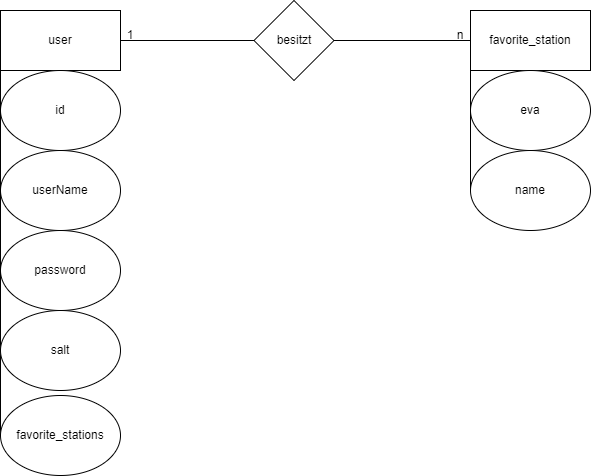
Above: db/erm.png in Dr-PPSN/bbs-php-projekt-dbapi (draw.io), before the change. Source tidied: cells renumbered, new cells last; positions are measured from the earlier drawing's top-left corner, leaving out a move shared by most shapes.
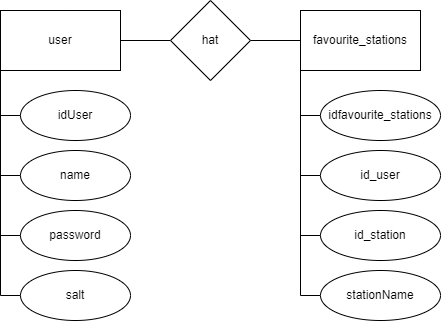
Later version of the same file.

Commit message:
~ ERM angepasst

Change to the diagram source:
```diff
@@ -2,53 +2,68 @@
   <root>
     <mxCell id="0" />
     <mxCell id="1" parent="0" />
+    <mxCell id="18" style="edgeStyle=orthogonalEdgeStyle;rounded=0;jettySize=auto;html=1;exitX=1;exitY=0.5;exitDx=0;exitDy=0;entryX=0;entryY=0.5;entryDx=0;entryDy=0;endArrow=none;endFill=0;" parent="1" edge="1" source="2" target="24">
+      <mxGeometry relative="1" as="geometry" />
+    </mxCell>
+    <mxCell id="19" style="edgeStyle=orthogonalEdgeStyle;rounded=0;jettySize=auto;html=1;exitX=0;exitY=1;exitDx=0;exitDy=0;entryX=0;entryY=0.5;entryDx=0;entryDy=0;strokeColor=default;endArrow=none;endFill=0;" parent="1" edge="1" source="2" target="33">
+      <mxGeometry relative="1" as="geometry" />
+    </mxCell>
+    <mxCell id="20" style="edgeStyle=orthogonalEdgeStyle;rounded=0;jettySize=auto;html=1;exitX=0;exitY=1;exitDx=0;exitDy=0;entryX=0;entryY=0.5;entryDx=0;entryDy=0;strokeColor=default;endArrow=none;endFill=0;" parent="1" edge="1" source="2" target="14">
+      <mxGeometry relative="1" as="geometry" />
+    </mxCell>
+    <mxCell id="21" style="edgeStyle=orthogonalEdgeStyle;rounded=0;jettySize=auto;html=1;exitX=0;exitY=1;exitDx=0;exitDy=0;entryX=0;entryY=0.5;entryDx=0;entryDy=0;strokeColor=default;endArrow=none;endFill=0;" parent="1" edge="1" source="2" target="11">
+      <mxGeometry relative="1" as="geometry" />
+    </mxCell>
+    <mxCell id="22" style="edgeStyle=orthogonalEdgeStyle;rounded=0;jettySize=auto;html=1;exitX=0;exitY=1;exitDx=0;exitDy=0;entryX=0;entryY=0.5;entryDx=0;entryDy=0;strokeColor=default;endArrow=none;endFill=0;" parent="1" edge="1" source="2" target="15">
+      <mxGeometry relative="1" as="geometry" />
+    </mxCell>
     <mxCell id="2" value="user" style="rounded=0;whiteSpace=wrap;html=1;" parent="1" vertex="1">
-      <mxGeometry y="10" width="120" height="60" as="geometry" />
+      <mxGeometry x="-40" y="60" width="120" height="60" as="geometry" />
     </mxCell>
-    <mxCell id="3" value="favorite_station" style="rounded=0;whiteSpace=wrap;html=1;" parent="1" vertex="1">
-      <mxGeometry x="470" y="10" width="120" height="60" as="geometry" />
-    </mxCell>
-    <mxCell id="4" value="besitzt" style="rhombus;whiteSpace=wrap;html=1;" parent="1" vertex="1">
-      <mxGeometry x="253.5" width="80" height="80" as="geometry" />
-    </mxCell>
-    <mxCell id="5" style="endArrow=none;html=1;rounded=0;exitX=1;exitY=0.5;exitDx=0;exitDy=0;entryX=0;entryY=0.5;entryDx=0;entryDy=0;" parent="1" edge="1" source="2" target="4">
-      <mxGeometry relative="1" as="geometry" />
-    </mxCell>
-    <mxCell id="6" style="endArrow=none;html=1;rounded=0;entryX=0;entryY=0.5;entryDx=0;entryDy=0;exitX=1;exitY=0.5;exitDx=0;exitDy=0;" parent="1" edge="1" source="4" target="3">
-      <mxGeometry relative="1" as="geometry" />
-    </mxCell>
-    <mxCell id="7" value="1" style="text;html=1;strokeColor=none;fillColor=none;align=center;verticalAlign=middle;whiteSpace=wrap;rounded=0;" parent="1" vertex="1">
-      <mxGeometry x="100" y="20" width="60" height="30" as="geometry" />
-    </mxCell>
-    <mxCell id="8" value="n" style="text;html=1;strokeColor=none;fillColor=none;align=center;verticalAlign=middle;whiteSpace=wrap;rounded=0;" parent="1" vertex="1">
-      <mxGeometry x="430" y="20" width="60" height="30" as="geometry" />
-    </mxCell>
-    <mxCell id="9" value="id" style="ellipse;whiteSpace=wrap;html=1;" parent="1" vertex="1">
-      <mxGeometry y="70" width="120" height="80" as="geometry" />
-    </mxCell>
-    <mxCell id="10" value="userName" style="ellipse;whiteSpace=wrap;html=1;" parent="1" vertex="1">
-      <mxGeometry y="150" width="120" height="80" as="geometry" />
-    </mxCell>
+    <mxCell id="23" style="edgeStyle=orthogonalEdgeStyle;rounded=0;jettySize=auto;html=1;exitX=1;exitY=0.5;exitDx=0;exitDy=0;entryX=0;entryY=0.5;entryDx=0;entryDy=0;strokeColor=default;endArrow=none;endFill=0;" parent="1" edge="1" source="24" target="29">
+      <mxGeometry relative="1" as="geometry" />
+    </mxCell>
+    <mxCell id="24" value="hat" style="rhombus;whiteSpace=wrap;html=1;" parent="1" vertex="1">
+      <mxGeometry x="130" y="50" width="80" height="80" as="geometry" />
+    </mxCell>
+    <mxCell id="25" style="edgeStyle=orthogonalEdgeStyle;rounded=0;jettySize=auto;html=1;exitX=0;exitY=1;exitDx=0;exitDy=0;entryX=0;entryY=0.5;entryDx=0;entryDy=0;strokeColor=default;endArrow=none;endFill=0;" parent="1" edge="1" source="29" target="30">
+      <mxGeometry relative="1" as="geometry" />
+    </mxCell>
+    <mxCell id="26" style="edgeStyle=orthogonalEdgeStyle;rounded=0;jettySize=auto;html=1;exitX=0;exitY=1;exitDx=0;exitDy=0;entryX=0;entryY=0.5;entryDx=0;entryDy=0;strokeColor=default;endArrow=none;endFill=0;" parent="1" edge="1" source="29" target="31">
+      <mxGeometry relative="1" as="geometry" />
+    </mxCell>
+    <mxCell id="27" style="edgeStyle=orthogonalEdgeStyle;rounded=0;jettySize=auto;html=1;exitX=0;exitY=1;exitDx=0;exitDy=0;entryX=0;entryY=0.5;entryDx=0;entryDy=0;strokeColor=default;endArrow=none;endFill=0;" parent="1" edge="1" source="29" target="32">
+      <mxGeometry relative="1" as="geometry" />
+    </mxCell>
+    <mxCell id="28" style="edgeStyle=orthogonalEdgeStyle;rounded=0;jettySize=auto;html=1;exitX=0;exitY=1;exitDx=0;exitDy=0;entryX=0;entryY=0.5;entryDx=0;entryDy=0;strokeColor=default;endArrow=none;endFill=0;" parent="1" edge="1" source="29" target="34">
+      <mxGeometry relative="1" as="geometry" />
+    </mxCell>
+    <mxCell id="29" value="favourite_stations" style="rounded=0;whiteSpace=wrap;html=1;" parent="1" vertex="1">
+      <mxGeometry x="260" y="60" width="120" height="60" as="geometry" />
+    </mxCell>
+    <mxCell id="30" value="idfavourite_stations" style="ellipse;whiteSpace=wrap;html=1;" parent="1" vertex="1">
+      <mxGeometry x="280" y="140" width="120" height="50" as="geometry" />
+    </mxCell>
+    <mxCell id="31" value="id_user" style="ellipse;whiteSpace=wrap;html=1;" parent="1" vertex="1">
+      <mxGeometry x="280" y="200" width="120" height="50" as="geometry" />
+    </mxCell>
+    <mxCell id="32" value="id_station" style="ellipse;whiteSpace=wrap;html=1;" parent="1" vertex="1">
+      <mxGeometry x="280" y="260" width="120" height="50" as="geometry" />
+    </mxCell>
+    <mxCell id="33" value="idUser" style="ellipse;whiteSpace=wrap;html=1;" parent="1" vertex="1">
+      <mxGeometry x="-20" y="140" width="110" height="50" as="geometry" />
+    </mxCell>
+    <mxCell id="14" value="name" style="ellipse;whiteSpace=wrap;html=1;" parent="1" vertex="1">
+      <mxGeometry x="-20" y="200" width="110" height="50" as="geometry" />
+    </mxCell>
     <mxCell id="11" value="password" style="ellipse;whiteSpace=wrap;html=1;" parent="1" vertex="1">
-      <mxGeometry y="230" width="120" height="80" as="geometry" />
+      <mxGeometry x="-20" y="260" width="110" height="50" as="geometry" />
     </mxCell>
-    <mxCell id="12" style="endArrow=none;html=1;rounded=0;entryX=0;entryY=1;entryDx=0;entryDy=0;exitX=0;exitY=0.5;exitDx=0;exitDy=0;" parent="1" edge="1" source="17" target="2">
-      <mxGeometry relative="1" as="geometry" />
-    </mxCell>
-    <mxCell id="13" value="eva" style="ellipse;whiteSpace=wrap;html=1;" parent="1" vertex="1">
-      <mxGeometry x="470" y="70" width="120" height="80" as="geometry" />
-    </mxCell>
-    <mxCell id="14" value="name" style="ellipse;whiteSpace=wrap;html=1;" parent="1" vertex="1">
-      <mxGeometry x="470" y="150" width="120" height="80" as="geometry" />
-    </mxCell>
     <mxCell id="15" value="salt" style="ellipse;whiteSpace=wrap;html=1;" parent="1" vertex="1">
-      <mxGeometry y="310" width="120" height="80" as="geometry" />
+      <mxGeometry x="-20" y="320" width="110" height="50" as="geometry" />
     </mxCell>
-    <mxCell id="16" style="endArrow=none;html=1;rounded=0;entryX=0;entryY=1;entryDx=0;entryDy=0;exitX=0;exitY=0.5;exitDx=0;exitDy=0;" parent="1" edge="1" source="14" target="3">
-      <mxGeometry relative="1" as="geometry" />
-    </mxCell>
-    <mxCell id="17" value="favorite_stations" style="ellipse;whiteSpace=wrap;html=1;" parent="1" vertex="1">
-      <mxGeometry y="395" width="120" height="80" as="geometry" />
-    </mxCell>
+    <mxCell id="34" value="stationName" style="ellipse;whiteSpace=wrap;html=1;" parent="1" vertex="1">
+      <mxGeometry x="280" y="320" width="120" height="50" as="geometry" />
+    </mxCell>
   </root>
 </mxGraphModel>
```
